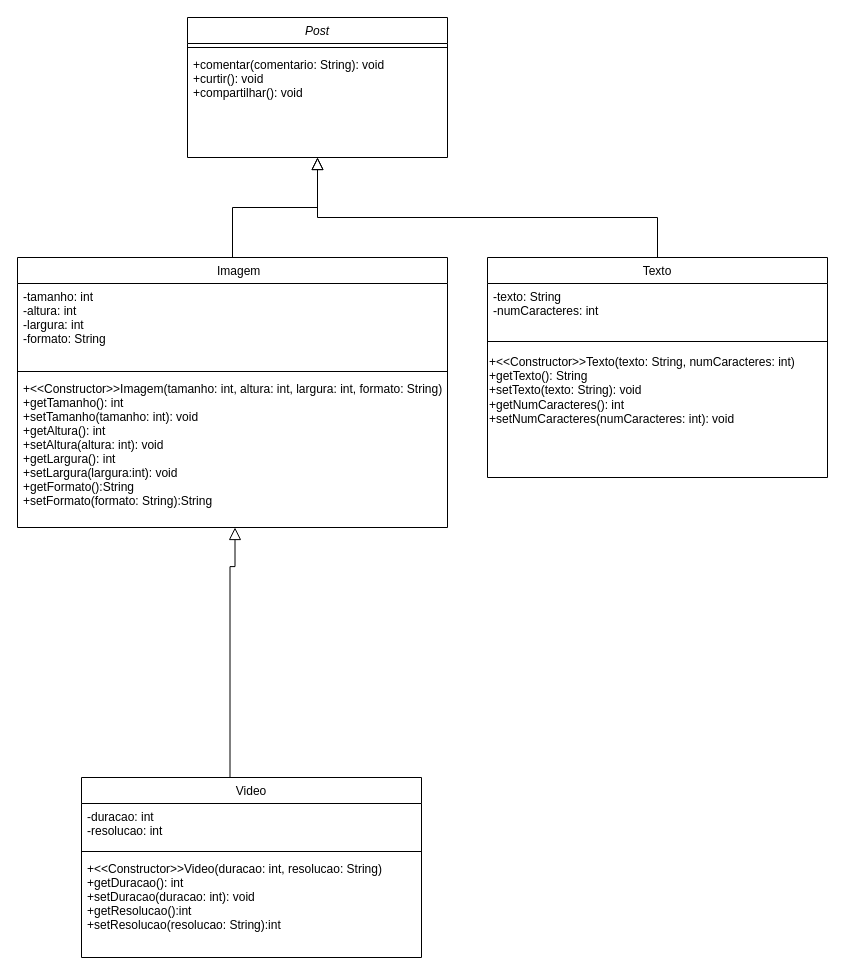
Pedry123/rede_social keeps this draw.io diagram as rede_social.drawio. Above is the earlier version. Source tidied: cells renumbered, new cells numbered last; positions are measured from the earlier drawing's top-left corner, leaving out a move shared by most shapes. Both pictures are drawn from the tidied source at 100%, with x=0, y=0 at pixel (17, 17).
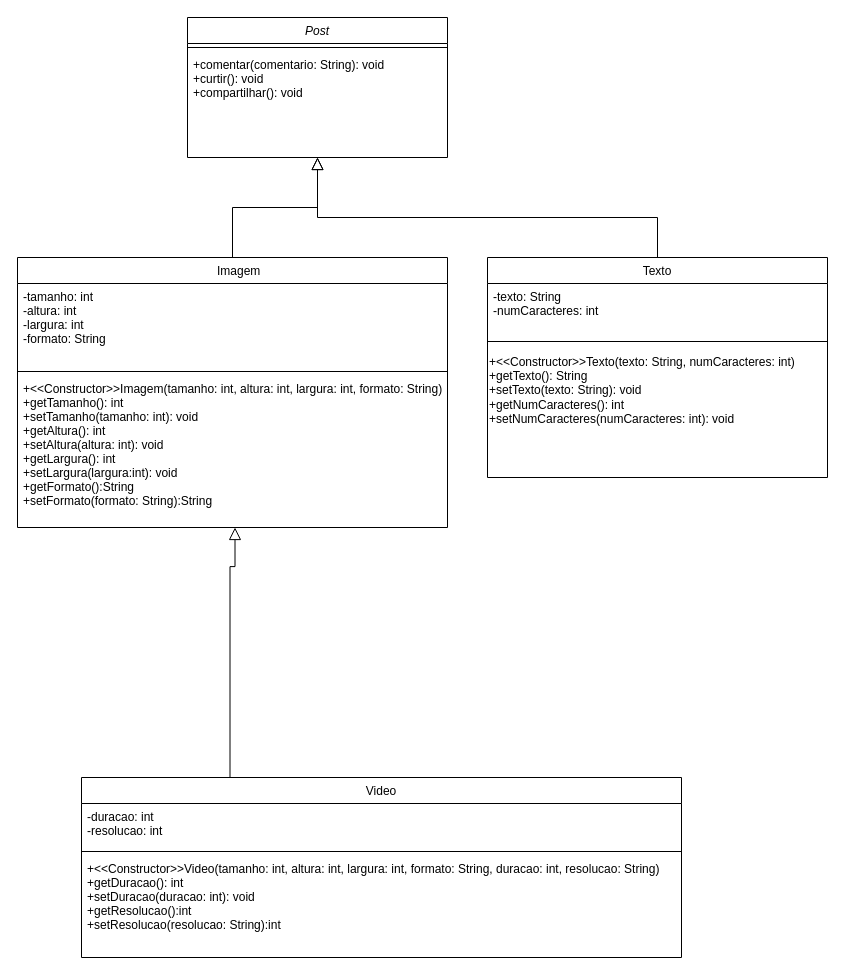
The same diagram, later.

The edit, as a diff of the source:
```diff
@@
     <mxCell id="10" value="Video" style="swimlane;fontStyle=0;align=center;verticalAlign=top;horizontal=1;startSize=26;rounded=0;shadow=0;strokeWidth=1;" parent="1" vertex="1">
-      <mxGeometry x="64" y="760" width="340" height="180" as="geometry" />
+      <mxGeometry x="64" y="760" width="600" height="180" as="geometry" />
     </mxCell>
     <mxCell id="11" value="-duracao: int&#10;-resolucao: int " style="text;align=left;verticalAlign=top;spacingLeft=4;spacingRight=4;overflow=hidden;" parent="10" vertex="1">
-      <mxGeometry y="26" width="340" height="44" as="geometry" />
+      <mxGeometry y="26" width="600" height="44" as="geometry" />
     </mxCell>
     <mxCell id="12" style="line;html=1;strokeWidth=1;align=left;verticalAlign=middle;spacingTop=-1;spacingLeft=3;spacingRight=3;labelPosition=right;" parent="10" vertex="1">
-      <mxGeometry y="70" width="340" height="8" as="geometry" />
+      <mxGeometry y="70" width="600" height="8" as="geometry" />
     </mxCell>
-    <mxCell id="13" value="+&lt;&lt;Constructor&gt;&gt;Video(duracao: int, resolucao: String)&#10;+getDuracao(): int&#10;+setDuracao(duracao: int): void&#10;+getResolucao():int&#10;+setResolucao(resolucao: String):int&#10;" style="text;align=left;verticalAlign=top;spacingLeft=4;spacingRight=4;overflow=hidden;" parent="10" vertex="1">
-      <mxGeometry y="78" width="340" height="102" as="geometry" />
+    <mxCell id="13" value="+&lt;&lt;Constructor&gt;&gt;Video(tamanho: int, altura: int, largura: int, formato: String, duracao: int, resolucao: String)&#10;+getDuracao(): int&#10;+setDuracao(duracao: int): void&#10;+getResolucao():int&#10;+setResolucao(resolucao: String):int&#10;" style="text;align=left;verticalAlign=top;spacingLeft=4;spacingRight=4;overflow=hidden;" parent="10" vertex="1">
+      <mxGeometry y="78" width="600" height="102" as="geometry" />
     </mxCell>
```
